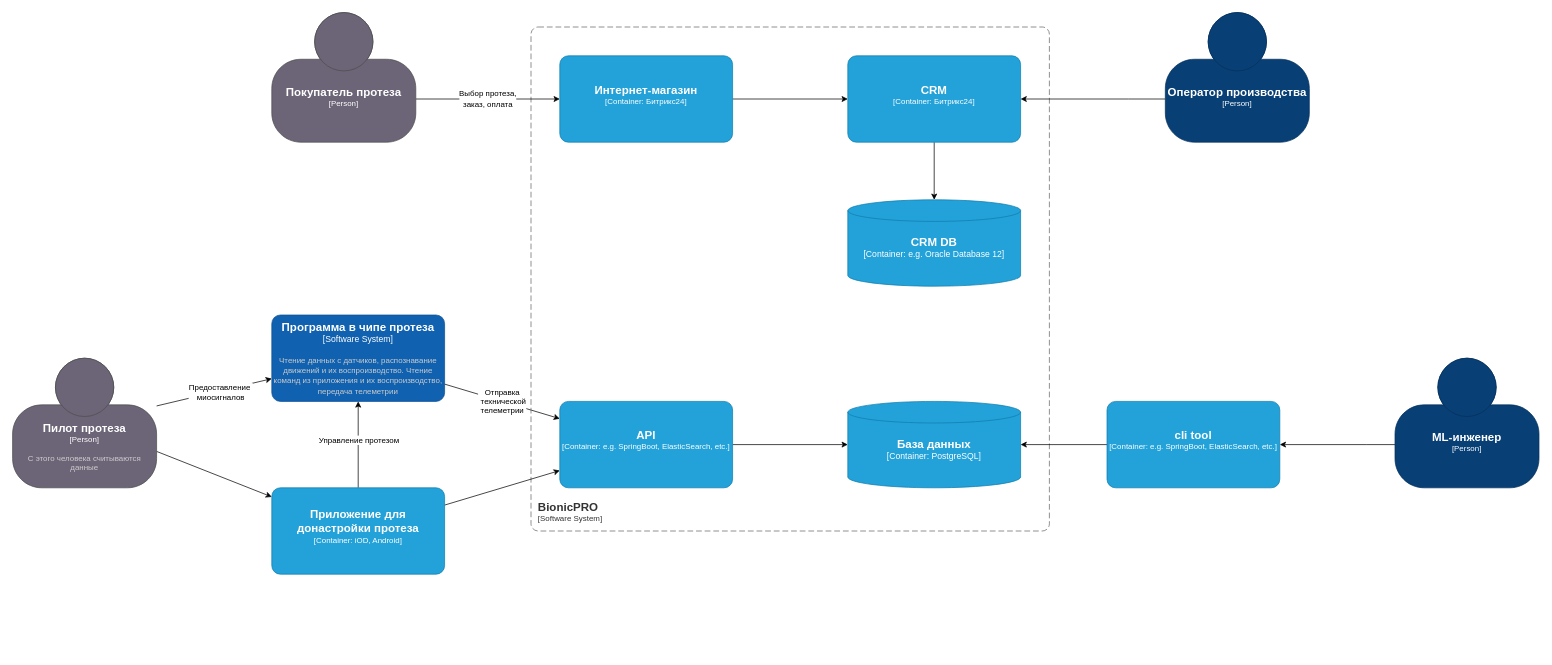
The draw.io diagram diagrams/BionicPRO_C4_model.drawio in Yandex-Practicum/architecture-sprint-8, before the edit. Source tidied: cells renumbered, new cells numbered last; positions are measured from the earlier drawing's top-left corner, leaving out a move shared by most shapes. Both pictures are drawn from the tidied source at 72%, with x=0, y=0 at pixel (12, 12).
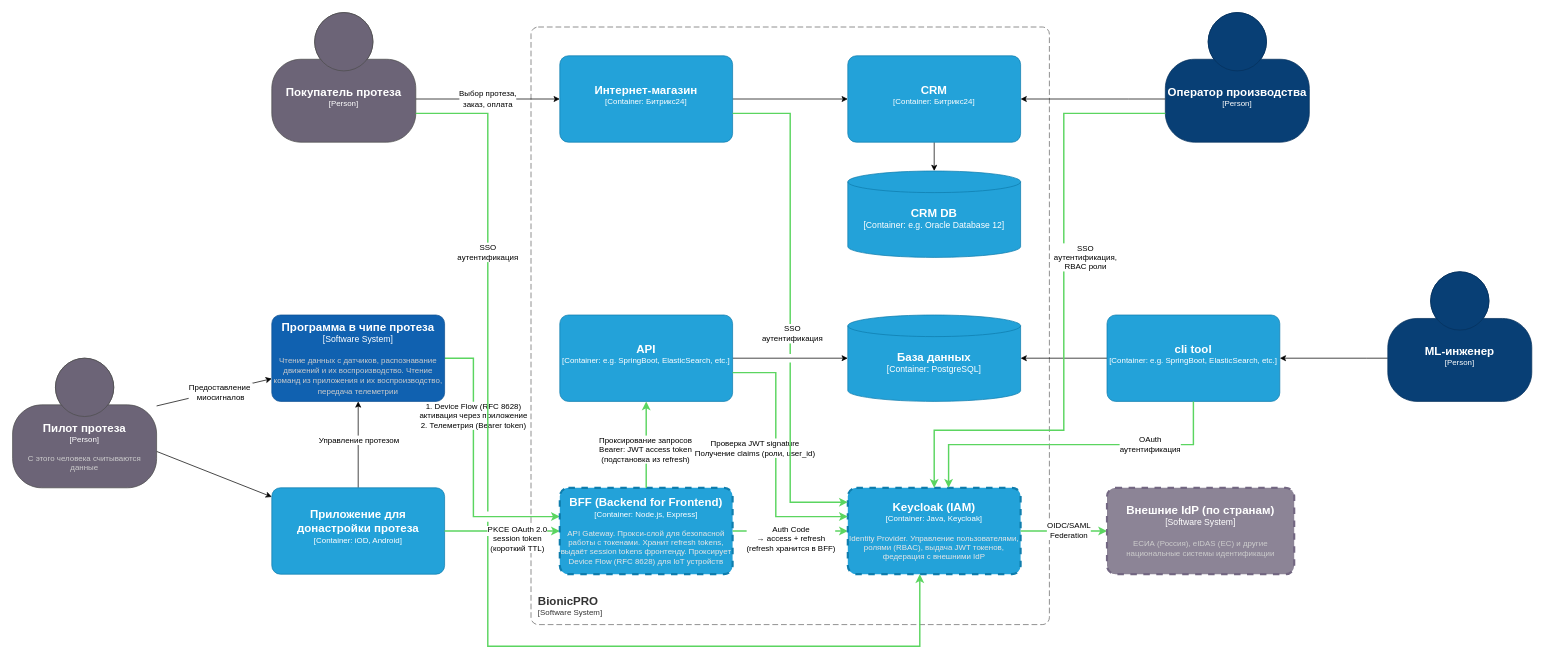
The same page after the edit.

Commit message:
Задание 1. Задача 1. Предложите архитектурное решение и доработайте диаграмму C4 для управления учётными данными пользователя.

The change refers to these unchanged cells:
```xml
<object id="7" label="&lt;font style=&quot;font-size: 16px&quot;&gt;&lt;b&gt;%c4Name%&lt;/b&gt;&lt;/font&gt;&lt;div&gt;[%c4Type%]&lt;/div&gt;&lt;br&gt;&lt;div&gt;&lt;font style=&quot;font-size: 11px&quot;&gt;&lt;font color=&quot;#cccccc&quot;&gt;%c4Description%&lt;/font&gt;&lt;/div&gt;" c4Description="Чтение данных с датчиков, распознавание движений и их воспроизводство. Чтение команд из приложения и их воспроизводство, передача телеметрии" c4Name="Программа в чипе протеза" c4Type="Software System" placeholders="1">
  <mxCell style="rounded=1;whiteSpace=wrap;html=1;labelBackgroundColor=none;fillColor=#1061B0;fontColor=#ffffff;align=center;arcSize=10;strokeColor=#0D5091;points=[[0.25,0,0],[0.5,0,0],[0.75,0,0],[1,0.25,0],[1,0.5,0],[1,0.75,0],[0.75,1,0],[0.5,1,0],[0.25,1,0],[0,0.75,0],[0,0.5,0],[0,0.25,0]];" parent="1" vertex="1">
    <mxGeometry x="360" y="420" width="240" height="120" as="geometry" />
  </mxCell>
</object>
<object id="15" label="&lt;font style=&quot;font-size: 16px&quot;&gt;&lt;b&gt;%c4Name%&lt;/b&gt;&lt;/font&gt;&lt;div&gt;[%c4Type%: %c4Technology%]&lt;/div&gt;&lt;br&gt;&lt;div&gt;&lt;font style=&quot;font-size: 11px&quot;&gt;&lt;font color=&quot;#E6E6E6&quot;&gt;%c4Description%&lt;/font&gt;&lt;/div&gt;" c4Description="" c4Name="Приложение для донастройки протеза" c4Technology="iOD, Android" c4Type="Container" placeholders="1">
  <mxCell style="rounded=1;whiteSpace=wrap;html=1;fontSize=11;labelBackgroundColor=none;fillColor=#23A2D9;fontColor=#ffffff;align=center;arcSize=10;strokeColor=#0E7DAD;points=[[0.25,0,0],[0.5,0,0],[0.75,0,0],[1,0.25,0],[1,0.5,0],[1,0.75,0],[0.75,1,0],[0.5,1,0],[0.25,1,0],[0,0.75,0],[0,0.5,0],[0,0.25,0]];" parent="1" vertex="1">
    <mxGeometry x="360" y="660" width="240" height="120" as="geometry" />
  </mxCell>
</object>
<object id="24" label="&lt;font style=&quot;font-size: 16px&quot;&gt;&lt;b&gt;%c4Name%&lt;/b&gt;&lt;/font&gt;&lt;div&gt;[%c4Type%: %c4Technology%]&lt;/div&gt;&lt;br&gt;&lt;div&gt;&lt;font style=&quot;font-size: 11px&quot;&gt;&lt;font color=&quot;#E6E6E6&quot;&gt;%c4Description%&lt;/font&gt;&lt;/div&gt;" c4Description="" c4Name="Интернет-магазин" c4Technology="Битрикс24" c4Type="Container" placeholders="1">
  <mxCell style="rounded=1;whiteSpace=wrap;html=1;fontSize=11;labelBackgroundColor=none;fillColor=#23A2D9;fontColor=#ffffff;align=center;arcSize=10;strokeColor=#0E7DAD;points=[[0.25,0,0],[0.5,0,0],[0.75,0,0],[1,0.25,0],[1,0.5,0],[1,0.75,0],[0.75,1,0],[0.5,1,0],[0.25,1,0],[0,0.75,0],[0,0.5,0],[0,0.25,0]];" parent="1" vertex="1">
    <mxGeometry x="760" y="60" width="240" height="120" as="geometry" />
  </mxCell>
</object>
<object id="26" label="&lt;font style=&quot;font-size: 16px&quot;&gt;&lt;b&gt;%c4Name%&lt;/b&gt;&lt;/font&gt;&lt;div&gt;[%c4Type%]&lt;/div&gt;&lt;br&gt;&lt;div&gt;&lt;font style=&quot;font-size: 11px&quot;&gt;&lt;font color=&quot;#cccccc&quot;&gt;%c4Description%&lt;/font&gt;&lt;/div&gt;" c4Description="" c4Name="Покупатель протеза" c4Type="Person" placeholders="1">
  <mxCell style="html=1;fontSize=11;dashed=0;whiteSpace=wrap;fillColor=#6C6477;strokeColor=#4D4D4D;fontColor=#ffffff;shape=mxgraph.c4.person2;align=center;points=[[0.5,0,0],[1,0.5,0],[1,0.75,0],[0.75,1,0],[0.5,1,0],[0.25,1,0],[0,0.75,0],[0,0.5,0]];" parent="1" vertex="1">
    <mxGeometry x="360" width="200" height="180" as="geometry" />
  </mxCell>
</object>
<object id="28" label="&lt;font style=&quot;font-size: 16px&quot;&gt;&lt;b&gt;%c4Name%&lt;/b&gt;&lt;/font&gt;&lt;div&gt;[%c4Type%]&lt;/div&gt;&lt;br&gt;&lt;div&gt;&lt;font style=&quot;font-size: 11px&quot;&gt;&lt;font color=&quot;#cccccc&quot;&gt;%c4Description%&lt;/font&gt;&lt;/div&gt;" c4Description="" c4Name="Оператор производства" c4Type="Person" placeholders="1">
  <mxCell style="html=1;fontSize=11;dashed=0;whiteSpace=wrap;fillColor=#083F75;strokeColor=#06315C;fontColor=#ffffff;shape=mxgraph.c4.person2;align=center;points=[[0.5,0,0],[1,0.5,0],[1,0.75,0],[0.75,1,0],[0.5,1,0],[0.25,1,0],[0,0.75,0],[0,0.5,0]];" parent="1" vertex="1">
    <mxGeometry x="1601" width="200" height="180" as="geometry" />
  </mxCell>
</object>
```

Diff of the diagram source:
```diff
@@
-    <mxCell id="6" value="Отправка&lt;div&gt;&amp;nbsp;технической&lt;br&gt;телеметрии&lt;/div&gt;" style="rounded=0;jettySize=auto;html=1;" parent="1" edge="1" source="7" target="11">
-      <mxGeometry relative="1" as="geometry" />
+    <mxCell id="6" value="1. Device Flow (RFC 8628)&lt;br&gt;активация через приложение&lt;br&gt;2. Телеметрия (Bearer token)" style="rounded=0;jettySize=auto;html=1;strokeColor=#5BD560;strokeWidth=2;edgeStyle=orthogonalEdgeStyle;" parent="1" edge="1" source="7" target="31">
+      <mxGeometry x="-0.37" relative="1" as="geometry">
+        <Array as="points">
+          <mxPoint x="640" y="480" />
+          <mxPoint x="640" y="700" />
+        </Array>
+      </mxGeometry>
     </mxCell>
@@
     <object id="8" label="&lt;font style=&quot;font-size: 16px&quot;&gt;&lt;b&gt;%c4Name%&lt;/b&gt;&lt;/font&gt;&lt;div&gt;[%c4Type%:&amp;nbsp;%c4Technology%]&lt;/div&gt;&lt;br&gt;&lt;div&gt;&lt;font style=&quot;font-size: 11px&quot;&gt;&lt;font color=&quot;#E6E6E6&quot;&gt;%c4Description%&lt;/font&gt;&lt;/div&gt;" c4Description="" c4Name="База данных" c4Technology="PostgreSQL" c4Type="Container" placeholders="1">
       <mxCell style="shape=cylinder3;size=15;whiteSpace=wrap;html=1;boundedLbl=1;rounded=0;labelBackgroundColor=none;fillColor=#23A2D9;fontSize=12;fontColor=#ffffff;align=center;strokeColor=#0E7DAD;points=[[0.5,0,0],[1,0.25,0],[1,0.5,0],[1,0.75,0],[0.5,1,0],[0,0.75,0],[0,0.5,0],[0,0.25,0]];" parent="1" vertex="1">
-        <mxGeometry x="1160" y="540" width="240" height="120" as="geometry" />
+        <mxGeometry x="1160" y="420" width="240" height="120" as="geometry" />
       </mxCell>
     </object>
     <object id="9" label="&lt;font style=&quot;font-size: 16px&quot;&gt;&lt;b&gt;&lt;div style=&quot;text-align: left&quot;&gt;%c4Name%&lt;/div&gt;&lt;/b&gt;&lt;/font&gt;&lt;div style=&quot;text-align: left&quot;&gt;[%c4Application%]&lt;/div&gt;" c4Application="Software System" c4Name="BionicPRO" placeholders="1">
       <mxCell style="rounded=1;fontSize=11;whiteSpace=wrap;html=1;dashed=1;arcSize=20;fillColor=none;strokeColor=#666666;fontColor=#333333;labelBackgroundColor=none;align=left;verticalAlign=bottom;labelBorderColor=none;spacingTop=0;spacing=10;dashPattern=8 4;perimeter=rectanglePerimeter;noLabel=0;labelPadding=0;absoluteArcSize=1;" parent="1" vertex="1">
-        <mxGeometry x="720" y="20" width="720" height="700" as="geometry" />
+        <mxGeometry x="720" y="20" width="720" height="830" as="geometry" />
       </mxCell>
     </object>
@@
     <object id="11" label="&lt;font style=&quot;font-size: 16px&quot;&gt;&lt;b&gt;%c4Name%&lt;/b&gt;&lt;/font&gt;&lt;div&gt;[%c4Type%: %c4Technology%]&lt;/div&gt;&lt;br&gt;&lt;div&gt;&lt;font style=&quot;font-size: 11px&quot;&gt;&lt;font color=&quot;#E6E6E6&quot;&gt;%c4Description%&lt;/font&gt;&lt;/div&gt;" c4Description="" c4Name="API" c4Technology="e.g. SpringBoot, ElasticSearch, etc." c4Type="Container" placeholders="1">
       <mxCell style="rounded=1;whiteSpace=wrap;html=1;fontSize=11;labelBackgroundColor=none;fillColor=#23A2D9;fontColor=#ffffff;align=center;arcSize=10;strokeColor=#0E7DAD;points=[[0.25,0,0],[0.5,0,0],[0.75,0,0],[1,0.25,0],[1,0.5,0],[1,0.75,0],[0.75,1,0],[0.5,1,0],[0.25,1,0],[0,0.75,0],[0,0.5,0],[0,0.25,0]];" parent="1" vertex="1">
-        <mxGeometry x="760" y="540" width="240" height="120" as="geometry" />
+        <mxGeometry x="760" y="420" width="240" height="120" as="geometry" />
       </mxCell>
     </object>
-    <mxCell id="12" style="rounded=0;jettySize=auto;html=1;" parent="1" edge="1" source="15" target="11">
-      <mxGeometry relative="1" as="geometry" />
-    </mxCell>
@@
     <mxCell id="16" style="edgeStyle=orthogonalEdgeStyle;rounded=0;jettySize=auto;html=1;" parent="1" edge="1" source="17" target="19">
       <mxGeometry relative="1" as="geometry">
         <Array as="points">
-          <mxPoint x="1880" y="600" />
-          <mxPoint x="1880" y="600" />
+          <mxPoint x="1880" y="480" />
+          <mxPoint x="1880" y="480" />
         </Array>
       </mxGeometry>
     </mxCell>
     <object id="17" label="&lt;font style=&quot;font-size: 16px&quot;&gt;&lt;b&gt;%c4Name%&lt;/b&gt;&lt;/font&gt;&lt;div&gt;[%c4Type%]&lt;/div&gt;&lt;br&gt;&lt;div&gt;&lt;font style=&quot;font-size: 11px&quot;&gt;&lt;font color=&quot;#cccccc&quot;&gt;%c4Description%&lt;/font&gt;&lt;/div&gt;" c4Description="" c4Name="ML-инженер" c4Type="Person" placeholders="1">
       <mxCell style="html=1;fontSize=11;dashed=0;whiteSpace=wrap;fillColor=#083F75;strokeColor=#06315C;fontColor=#ffffff;shape=mxgraph.c4.person2;align=center;points=[[0.5,0,0],[1,0.5,0],[1,0.75,0],[0.75,1,0],[0.5,1,0],[0.25,1,0],[0,0.75,0],[0,0.5,0]];" parent="1" vertex="1">
-        <mxGeometry x="1920" y="480" width="200" height="180" as="geometry" />
+        <mxGeometry x="1910" y="360" width="200" height="180" as="geometry" />
       </mxCell>
     </object>
     <mxCell id="18" style="edgeStyle=orthogonalEdgeStyle;rounded=0;jettySize=auto;html=1;" parent="1" edge="1" source="19" target="8">
-      <mxGeometry relative="1" as="geometry" />
+      <mxGeometry relative="1" as="geometry">
+        <Array as="points">
+          <mxPoint x="1400" y="480" />
+          <mxPoint x="1400" y="480" />
+        </Array>
+      </mxGeometry>
     </mxCell>
     <object id="19" label="&lt;font style=&quot;font-size: 16px&quot;&gt;&lt;b&gt;%c4Name%&lt;/b&gt;&lt;/font&gt;&lt;div&gt;[%c4Type%: %c4Technology%]&lt;/div&gt;&lt;br&gt;&lt;div&gt;&lt;font style=&quot;font-size: 11px&quot;&gt;&lt;font color=&quot;#E6E6E6&quot;&gt;%c4Description%&lt;/font&gt;&lt;/div&gt;" c4Description="" c4Name="cli tool" c4Technology="e.g. SpringBoot, ElasticSearch, etc." c4Type="Container" placeholders="1">
       <mxCell style="rounded=1;whiteSpace=wrap;html=1;fontSize=11;labelBackgroundColor=none;fillColor=#23A2D9;fontColor=#ffffff;align=center;arcSize=10;strokeColor=#0E7DAD;points=[[0.25,0,0],[0.5,0,0],[0.75,0,0],[1,0.25,0],[1,0.5,0],[1,0.75,0],[0.75,1,0],[0.5,1,0],[0.25,1,0],[0,0.75,0],[0,0.5,0],[0,0.25,0]];" parent="1" vertex="1">
-        <mxGeometry x="1520" y="540" width="240" height="120" as="geometry" />
+        <mxGeometry x="1520" y="420" width="240" height="120" as="geometry" />
       </mxCell>
     </object>
@@
     <object id="22" label="&lt;font style=&quot;font-size: 16px&quot;&gt;&lt;b&gt;%c4Name%&lt;/b&gt;&lt;/font&gt;&lt;div&gt;[%c4Type%:&amp;nbsp;%c4Technology%]&lt;/div&gt;&lt;br&gt;&lt;div&gt;&lt;font style=&quot;font-size: 11px&quot;&gt;&lt;font color=&quot;#E6E6E6&quot;&gt;%c4Description%&lt;/font&gt;&lt;/div&gt;" c4Description="" c4Name="CRM DB" c4Technology="e.g. Oracle Database 12" c4Type="Container" placeholders="1">
       <mxCell style="shape=cylinder3;size=15;whiteSpace=wrap;html=1;boundedLbl=1;rounded=0;labelBackgroundColor=none;fillColor=#23A2D9;fontSize=12;fontColor=#ffffff;align=center;strokeColor=#0E7DAD;points=[[0.5,0,0],[1,0.25,0],[1,0.5,0],[1,0.75,0],[0.5,1,0],[0,0.75,0],[0,0.5,0],[0,0.25,0]];" parent="1" vertex="1">
-        <mxGeometry x="1160" y="260" width="240" height="120" as="geometry" />
+        <mxGeometry x="1160" y="220" width="240" height="120" as="geometry" />
       </mxCell>
     </object>
@@
+    <mxCell id="29" style="rounded=0;jettySize=auto;html=1;strokeColor=#5BD560;strokeWidth=2;align=center;verticalAlign=middle;fontFamily=Helvetica;fontSize=11;fontColor=default;labelBackgroundColor=default;endArrow=classic;" parent="1" edge="1" source="15" target="31">
+      <mxGeometry relative="1" as="geometry" />
+    </mxCell>
+    <mxCell id="30" value="PKCE OAuth 2.0&lt;br&gt;session token&lt;br&gt;(короткий TTL)" style="edgeLabel;html=1;align=center;verticalAlign=middle;rounded=0;strokeColor=#5BD560;strokeWidth=2;fontFamily=Helvetica;fontSize=11;fontColor=default;labelBackgroundColor=default;" parent="29" vertex="1">
+      <mxGeometry x="-0.1" y="2" relative="1" as="geometry">
+        <mxPoint x="28" y="12" as="offset" />
+      </mxGeometry>
+    </mxCell>
+    <object id="31" label="&lt;font style=&quot;font-size: 16px&quot;&gt;&lt;b&gt;%c4Name%&lt;/b&gt;&lt;/font&gt;&lt;div&gt;[%c4Type%: %c4Technology%]&lt;/div&gt;&lt;br&gt;&lt;div&gt;&lt;font style=&quot;font-size: 11px&quot;&gt;&lt;font color=&quot;#E6E6E6&quot;&gt;%c4Description%&lt;/font&gt;&lt;/div&gt;" c4Description="API Gateway. Прокси-слой для безопасной работы с токенами. Хранит refresh tokens, выдаёт session tokens фронтенду. Проксирует Device Flow (RFC 8628) для IoT устройств" c4Name="BFF (Backend for Frontend)" c4Technology="Node.js, Express" c4Type="Container" placeholders="1">
+      <mxCell style="rounded=1;whiteSpace=wrap;html=1;fontSize=11;labelBackgroundColor=none;fillColor=#23A2D9;fontColor=#ffffff;align=center;arcSize=10;strokeColor=#0E7DAD;points=[[0.25,0,0],[0.5,0,0],[0.75,0,0],[1,0.25,0],[1,0.5,0],[1,0.75,0],[0.75,1,0],[0.5,1,0],[0.25,1,0],[0,0.75,0],[0,0.5,0],[0,0.25,0]];dashed=1;strokeWidth=3;" parent="1" vertex="1">
+        <mxGeometry x="760" y="660" width="240" height="120" as="geometry" />
+      </mxCell>
+    </object>
+    <mxCell id="32" style="rounded=0;jettySize=auto;html=1;strokeColor=#5BD560;strokeWidth=2;align=center;verticalAlign=middle;fontFamily=Helvetica;fontSize=11;fontColor=default;labelBackgroundColor=default;endArrow=classic;" parent="1" edge="1" source="31" target="36">
+      <mxGeometry relative="1" as="geometry" />
+    </mxCell>
+    <mxCell id="33" value="Auth Code&lt;br&gt;→&amp;nbsp;access + refresh&lt;br&gt;(refresh хранится в BFF)" style="edgeLabel;html=1;align=center;verticalAlign=middle;rounded=0;strokeColor=#5BD560;strokeWidth=2;fontFamily=Helvetica;fontSize=11;fontColor=default;labelBackgroundColor=default;" parent="32" vertex="1">
+      <mxGeometry x="-0.1" y="2" relative="1" as="geometry">
+        <mxPoint x="8" y="12" as="offset" />
+      </mxGeometry>
+    </mxCell>
+    <mxCell id="34" style="rounded=0;jettySize=auto;html=1;strokeColor=#5BD560;strokeWidth=2;" parent="1" edge="1" source="31" target="11">
+      <mxGeometry relative="1" as="geometry" />
+    </mxCell>
+    <mxCell id="35" value="Проксирование запросов&lt;br&gt;Bearer: JWT access token&lt;br&gt;(подстановка из refresh)" style="edgeLabel;html=1;align=center;verticalAlign=middle;" parent="34" vertex="1">
+      <mxGeometry x="-0.1" y="2" relative="1" as="geometry" />
+    </mxCell>
+    <object id="36" label="&lt;font style=&quot;font-size: 16px&quot;&gt;&lt;b&gt;%c4Name%&lt;/b&gt;&lt;/font&gt;&lt;div&gt;[%c4Type%: %c4Technology%]&lt;/div&gt;&lt;br&gt;&lt;div&gt;&lt;font style=&quot;font-size: 11px&quot;&gt;&lt;font color=&quot;#E6E6E6&quot;&gt;%c4Description%&lt;/font&gt;&lt;/div&gt;" c4Description="Identity Provider. Управление пользователями, ролями (RBAC), выдача JWT токенов, федерация с внешними IdP" c4Name="Keycloak (IAM)" c4Technology="Java, Keycloak" c4Type="Container" placeholders="1">
+      <mxCell style="rounded=1;whiteSpace=wrap;html=1;fontSize=11;labelBackgroundColor=none;fillColor=#23A2D9;fontColor=#ffffff;align=center;arcSize=10;strokeColor=#0E7DAD;points=[[0.25,0,0],[0.5,0,0],[0.75,0,0],[1,0.25,0],[1,0.5,0],[1,0.75,0],[0.75,1,0],[0.5,1,0],[0.25,1,0],[0,0.75,0],[0,0.5,0],[0,0.25,0]];dashed=1;strokeWidth=3;" parent="1" vertex="1">
+        <mxGeometry x="1160" y="660" width="240" height="120" as="geometry" />
+      </mxCell>
+    </object>
+    <mxCell id="37" style="rounded=0;jettySize=auto;html=1;strokeColor=#5BD560;strokeWidth=2;align=center;verticalAlign=middle;fontFamily=Helvetica;fontSize=11;fontColor=default;labelBackgroundColor=default;endArrow=classic;" parent="1" edge="1" source="36" target="39">
+      <mxGeometry relative="1" as="geometry" />
+    </mxCell>
+    <mxCell id="38" value="OIDC/SAML&lt;br&gt;Federation" style="edgeLabel;html=1;align=center;verticalAlign=middle;rounded=0;strokeColor=#5BD560;strokeWidth=2;fontFamily=Helvetica;fontSize=11;fontColor=default;labelBackgroundColor=default;" parent="37" vertex="1">
+      <mxGeometry x="0.1" y="2" relative="1" as="geometry" />
+    </mxCell>
+    <object id="39" label="&lt;font style=&quot;font-size: 16px&quot;&gt;&lt;b&gt;%c4Name%&lt;/b&gt;&lt;/font&gt;&lt;div&gt;[%c4Type%]&lt;/div&gt;&lt;br&gt;&lt;div&gt;&lt;font style=&quot;font-size: 11px&quot;&gt;&lt;font color=&quot;#cccccc&quot;&gt;%c4Description%&lt;/font&gt;&lt;/div&gt;" c4Description="ЕСИА (Россия), eIDAS (ЕС) и другие национальные системы идентификации" c4Name="Внешние IdP (по странам)" c4Type="Software System" placeholders="1">
+      <mxCell style="rounded=1;whiteSpace=wrap;html=1;labelBackgroundColor=none;fillColor=#8C8496;fontColor=#ffffff;align=center;arcSize=10;strokeColor=#736782;points=[[0.25,0,0],[0.5,0,0],[0.75,0,0],[1,0.25,0],[1,0.5,0],[1,0.75,0],[0.75,1,0],[0.5,1,0],[0.25,1,0],[0,0.75,0],[0,0.5,0],[0,0.25,0]];dashed=1;strokeWidth=3;" parent="1" vertex="1">
+        <mxGeometry x="1520" y="660" width="260" height="120" as="geometry" />
+      </mxCell>
+    </object>
+    <mxCell id="40" style="rounded=0;jettySize=auto;html=1;edgeStyle=orthogonalEdgeStyle;strokeWidth=2;strokeColor=#5BD560;" parent="1" edge="1" source="11" target="36">
+      <mxGeometry relative="1" as="geometry">
+        <Array as="points">
+          <mxPoint x="1060" y="500" />
+          <mxPoint x="1060" y="700" />
+        </Array>
+      </mxGeometry>
+    </mxCell>
+    <mxCell id="41" value="Проверка JWT signature&lt;br&gt;Получение claims (роли, user_id)" style="edgeLabel;html=1;align=center;verticalAlign=middle;" parent="40" vertex="1">
+      <mxGeometry x="0.1" y="2" relative="1" as="geometry">
+        <mxPoint x="-32" y="-34" as="offset" />
+      </mxGeometry>
+    </mxCell>
+    <mxCell id="42" style="rounded=0;jettySize=auto;html=1;edgeStyle=orthogonalEdgeStyle;jumpStyle=gap;jumpSize=10;strokeWidth=2;strokeColor=#5BD560;" parent="1" edge="1" source="24" target="36">
+      <mxGeometry relative="1" as="geometry">
+        <Array as="points">
+          <mxPoint x="1080" y="140" />
+          <mxPoint x="1080" y="680" />
+        </Array>
+      </mxGeometry>
+    </mxCell>
+    <mxCell id="43" value="SSO&lt;br&gt;аутентификация" style="edgeLabel;html=1;align=center;verticalAlign=middle;" parent="42" vertex="1">
+      <mxGeometry x="0.1" y="2" relative="1" as="geometry" />
+    </mxCell>
+    <mxCell id="44" value="SSO&lt;br&gt;аутентификация,&lt;br&gt;RBAC роли" style="rounded=0;jettySize=auto;html=1;edgeStyle=orthogonalEdgeStyle;strokeWidth=2;strokeColor=#5BD560;" parent="1" edge="1" source="28" target="36">
+      <mxGeometry x="-0.19" y="30" relative="1" as="geometry">
+        <Array as="points">
+          <mxPoint x="1460" y="140" />
+          <mxPoint x="1460" y="580" />
+          <mxPoint x="1280" y="580" />
+        </Array>
+      </mxGeometry>
+    </mxCell>
+    <mxCell id="45" value="SSO&lt;br&gt;аутентификация" style="rounded=0;jettySize=auto;html=1;edgeStyle=orthogonalEdgeStyle;strokeWidth=2;strokeColor=#5BD560;jumpStyle=gap;jumpSize=12;" parent="1" edge="1" source="26" target="36">
+      <mxGeometry x="-0.62" relative="1" as="geometry">
+        <Array as="points">
+          <mxPoint x="660" y="140" />
+          <mxPoint x="660" y="880" />
+          <mxPoint x="1260" y="880" />
+        </Array>
+      </mxGeometry>
+    </mxCell>
+    <mxCell id="46" value="OAuth&lt;br&gt;аутентификация" style="rounded=0;jettySize=auto;html=1;edgeStyle=orthogonalEdgeStyle;strokeWidth=2;strokeColor=#5BD560;" parent="1" edge="1" source="19" target="36">
+      <mxGeometry x="-0.48" relative="1" as="geometry">
+        <Array as="points">
+          <mxPoint x="1640" y="600" />
+          <mxPoint x="1300" y="600" />
+        </Array>
+      </mxGeometry>
+    </mxCell>
```
